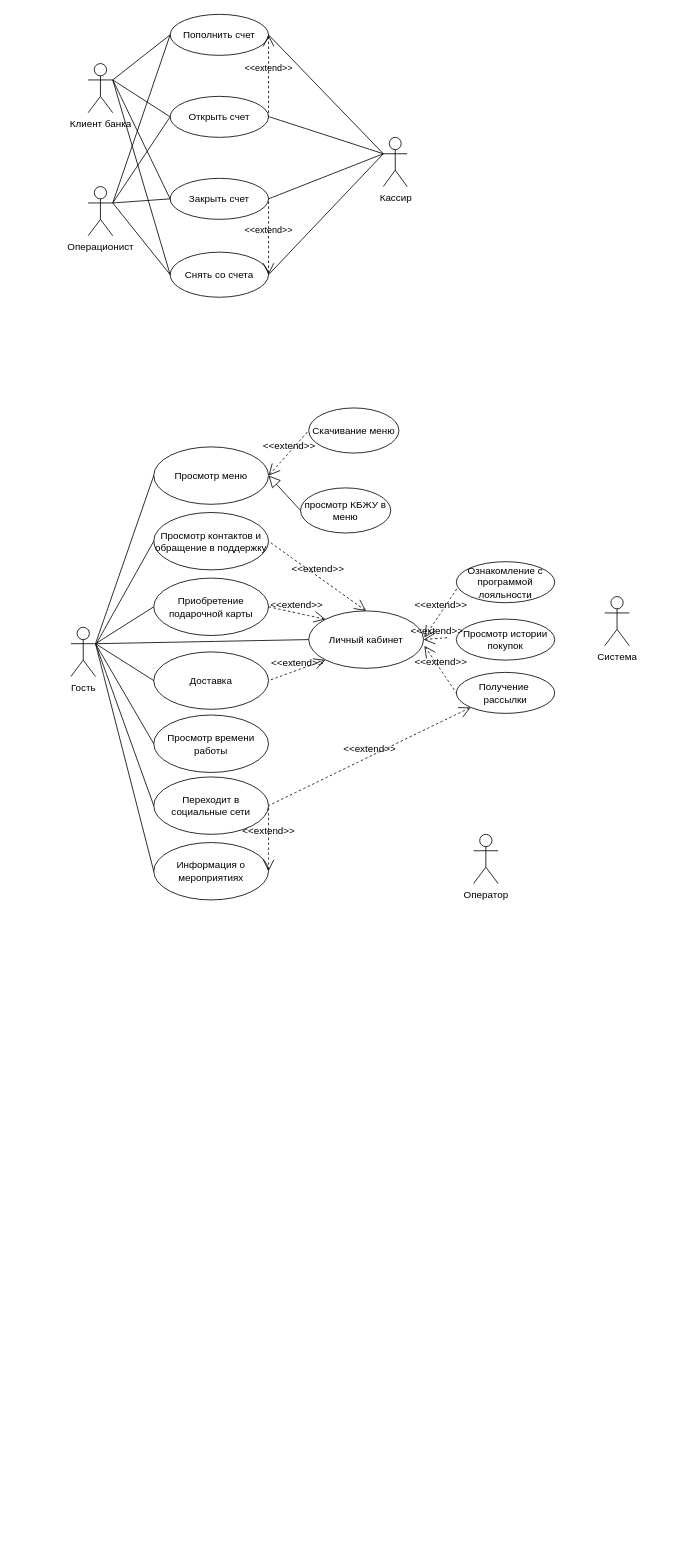
The draw.io diagram Диаграмма без названия.drawio in danaddi/draw.io, before the edit. Source tidied: cells renumbered, new cells numbered last; positions are measured from the earlier drawing's top-left corner, leaving out a move shared by most shapes. Both pictures are drawn from the tidied source at 82%, with x=0, y=0 at pixel (71, 14).
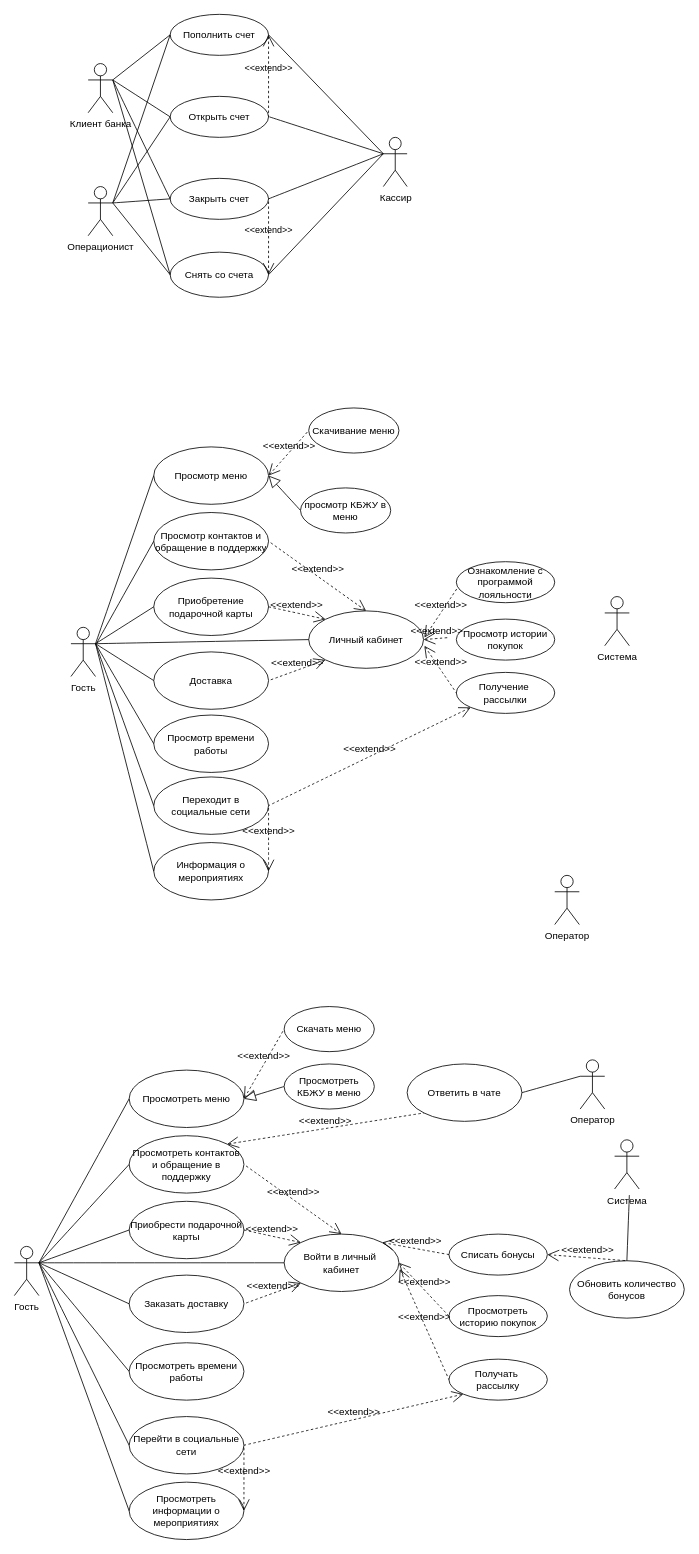
The same diagram, later.

The edit, as a diff of the source:
```diff
@@
     <mxCell id="57" value="Оператор" style="shape=umlActor;html=1;verticalLabelPosition=bottom;verticalAlign=top;align=center;" parent="1" vertex="1">
-      <mxGeometry x="491" y="1000" width="30" height="60" as="geometry" />
+      <mxGeometry x="590" y="1050" width="30" height="60" as="geometry" />
     </mxCell>
+    <mxCell id="58" value="Гость" style="shape=umlActor;html=1;verticalLabelPosition=bottom;verticalAlign=top;align=center;" parent="1" vertex="1">
+      <mxGeometry x="-69" y="1502.5" width="30" height="60" as="geometry" />
+    </mxCell>
+    <mxCell id="59" value="Войти в личный&amp;nbsp;&lt;div&gt;кабинет&lt;/div&gt;" style="ellipse;whiteSpace=wrap;html=1;" parent="1" vertex="1">
+      <mxGeometry x="260" y="1487.5" width="140" height="70" as="geometry" />
+    </mxCell>
+    <mxCell id="60" style="edgeStyle=none;html=1;endArrow=none;verticalAlign=bottom;rounded=0;fontSize=12;startSize=8;endSize=8;curved=1;exitX=1;exitY=0.3333333333333333;exitDx=0;exitDy=0;exitPerimeter=0;entryX=0;entryY=0.5;entryDx=0;entryDy=0;" parent="1" edge="1" source="58" target="59">
+      <mxGeometry relative="1" as="geometry" />
+    </mxCell>
+    <mxCell id="61" value="Заказать доставку" style="ellipse;whiteSpace=wrap;html=1;" parent="1" vertex="1">
+      <mxGeometry x="71" y="1537.5" width="140" height="70" as="geometry" />
+    </mxCell>
+    <mxCell id="62" style="edgeStyle=none;html=1;endArrow=none;verticalAlign=bottom;rounded=0;fontSize=12;startSize=8;endSize=8;curved=1;exitX=1;exitY=0.3333333333333333;exitDx=0;exitDy=0;exitPerimeter=0;entryX=0;entryY=0.5;entryDx=0;entryDy=0;" parent="1" edge="1" source="58" target="61">
+      <mxGeometry relative="1" as="geometry" />
+    </mxCell>
+    <mxCell id="63" value="Просмотреть историю покупок" style="ellipse;whiteSpace=wrap;html=1;" parent="1" vertex="1">
+      <mxGeometry x="461" y="1562.5" width="120" height="50" as="geometry" />
+    </mxCell>
+    <mxCell id="64" value="Получать&amp;nbsp;&lt;div&gt;рассылку&lt;/div&gt;" style="ellipse;whiteSpace=wrap;html=1;" parent="1" vertex="1">
+      <mxGeometry x="461" y="1640" width="120" height="50" as="geometry" />
+    </mxCell>
+    <mxCell id="65" value="Приобрести подарочной карты" style="ellipse;whiteSpace=wrap;html=1;" parent="1" vertex="1">
+      <mxGeometry x="71" y="1447.5" width="140" height="70" as="geometry" />
+    </mxCell>
+    <mxCell id="66" style="edgeStyle=none;html=1;endArrow=none;verticalAlign=bottom;rounded=0;fontSize=12;startSize=8;endSize=8;curved=1;exitX=1;exitY=0.3333333333333333;exitDx=0;exitDy=0;exitPerimeter=0;entryX=0;entryY=0.5;entryDx=0;entryDy=0;" parent="1" edge="1" source="58" target="65">
+      <mxGeometry relative="1" as="geometry" />
+    </mxCell>
+    <mxCell id="67" value="&amp;lt;&amp;lt;extend&amp;gt;&amp;gt;" style="edgeStyle=none;html=1;startArrow=open;endArrow=none;startSize=12;verticalAlign=bottom;dashed=1;labelBackgroundColor=none;rounded=0;fontSize=12;curved=1;exitX=0;exitY=1;exitDx=0;exitDy=0;entryX=1;entryY=0.5;entryDx=0;entryDy=0;" parent="1" edge="1" source="59" target="61">
+      <mxGeometry relative="1" as="geometry" />
+    </mxCell>
+    <mxCell id="68" value="Просмотреть меню" style="ellipse;whiteSpace=wrap;html=1;" parent="1" vertex="1">
+      <mxGeometry x="71" y="1287.5" width="140" height="70" as="geometry" />
+    </mxCell>
+    <mxCell id="69" value="&amp;lt;&amp;lt;extend&amp;gt;&amp;gt;" style="edgeStyle=none;html=1;startArrow=open;endArrow=none;startSize=12;verticalAlign=bottom;dashed=1;labelBackgroundColor=none;rounded=0;fontSize=12;curved=1;entryX=1;entryY=0.5;entryDx=0;entryDy=0;exitX=0;exitY=0;exitDx=0;exitDy=0;" parent="1" edge="1" source="59" target="65">
+      <mxGeometry relative="1" as="geometry" />
+    </mxCell>
+    <mxCell id="70" style="edgeStyle=none;html=1;endArrow=none;verticalAlign=bottom;rounded=0;fontSize=12;startSize=8;endSize=8;curved=1;exitX=1;exitY=0.3333333333333333;exitDx=0;exitDy=0;exitPerimeter=0;entryX=0;entryY=0.5;entryDx=0;entryDy=0;" parent="1" edge="1" source="58" target="68">
+      <mxGeometry relative="1" as="geometry" />
+    </mxCell>
+    <mxCell id="71" style="edgeStyle=none;html=1;endArrow=block;endFill=0;endSize=12;verticalAlign=bottom;rounded=0;fontSize=12;curved=1;exitX=0;exitY=0.5;exitDx=0;exitDy=0;entryX=1;entryY=0.5;entryDx=0;entryDy=0;" parent="1" edge="1" source="73" target="68">
+      <mxGeometry relative="1" as="geometry" />
+    </mxCell>
+    <mxCell id="72" value="Скачать меню" style="ellipse;whiteSpace=wrap;html=1;" parent="1" vertex="1">
+      <mxGeometry x="260" y="1210" width="110" height="55" as="geometry" />
+    </mxCell>
+    <mxCell id="73" value="Просмотреть КБЖУ в меню" style="ellipse;whiteSpace=wrap;html=1;" parent="1" vertex="1">
+      <mxGeometry x="260" y="1280" width="110" height="55" as="geometry" />
+    </mxCell>
+    <mxCell id="74" value="Просмотреть контактов и обращение в поддержку" style="ellipse;whiteSpace=wrap;html=1;" parent="1" vertex="1">
+      <mxGeometry x="71" y="1367.5" width="140" height="70" as="geometry" />
+    </mxCell>
+    <mxCell id="75" value="&amp;lt;&amp;lt;extend&amp;gt;&amp;gt;" style="edgeStyle=none;html=1;startArrow=open;endArrow=none;startSize=12;verticalAlign=bottom;dashed=1;labelBackgroundColor=none;rounded=0;fontSize=12;curved=1;entryX=1;entryY=0.5;entryDx=0;entryDy=0;exitX=0.5;exitY=0;exitDx=0;exitDy=0;" parent="1" edge="1" source="59" target="74">
+      <mxGeometry relative="1" as="geometry" />
+    </mxCell>
+    <mxCell id="76" value="Просмотреть времени работы" style="ellipse;whiteSpace=wrap;html=1;" parent="1" vertex="1">
+      <mxGeometry x="71" y="1620" width="140" height="70" as="geometry" />
+    </mxCell>
+    <mxCell id="77" style="edgeStyle=none;html=1;endArrow=none;verticalAlign=bottom;rounded=0;fontSize=12;startSize=8;endSize=8;curved=1;exitX=1;exitY=0.3333333333333333;exitDx=0;exitDy=0;exitPerimeter=0;entryX=0;entryY=0.5;entryDx=0;entryDy=0;" parent="1" edge="1" source="58" target="76">
+      <mxGeometry relative="1" as="geometry" />
+    </mxCell>
+    <mxCell id="78" value="Перейти в социальные сети" style="ellipse;whiteSpace=wrap;html=1;" parent="1" vertex="1">
+      <mxGeometry x="71" y="1710" width="140" height="70" as="geometry" />
+    </mxCell>
+    <mxCell id="79" value="Просмотреть информации о мероприятиях" style="ellipse;whiteSpace=wrap;html=1;" parent="1" vertex="1">
+      <mxGeometry x="71" y="1790" width="140" height="70" as="geometry" />
+    </mxCell>
+    <mxCell id="80" value="&amp;lt;&amp;lt;extend&amp;gt;&amp;gt;" style="edgeStyle=none;html=1;startArrow=open;endArrow=none;startSize=12;verticalAlign=bottom;dashed=1;labelBackgroundColor=none;rounded=0;fontSize=12;curved=1;exitX=1;exitY=0.5;exitDx=0;exitDy=0;entryX=1;entryY=0.5;entryDx=0;entryDy=0;" parent="1" edge="1" source="79" target="78">
+      <mxGeometry relative="1" as="geometry" />
+    </mxCell>
+    <mxCell id="81" style="edgeStyle=none;html=1;endArrow=none;verticalAlign=bottom;rounded=0;fontSize=12;startSize=8;endSize=8;curved=1;exitX=1;exitY=0.3333333333333333;exitDx=0;exitDy=0;exitPerimeter=0;entryX=0;entryY=0.5;entryDx=0;entryDy=0;" parent="1" edge="1" source="58" target="78">
+      <mxGeometry relative="1" as="geometry" />
+    </mxCell>
+    <mxCell id="82" style="edgeStyle=none;html=1;endArrow=none;verticalAlign=bottom;rounded=0;fontSize=12;startSize=8;endSize=8;curved=1;exitX=1;exitY=0.3333333333333333;exitDx=0;exitDy=0;exitPerimeter=0;entryX=0;entryY=0.5;entryDx=0;entryDy=0;" parent="1" edge="1" source="58" target="79">
+      <mxGeometry relative="1" as="geometry" />
+    </mxCell>
+    <mxCell id="83" value="&amp;lt;&amp;lt;extend&amp;gt;&amp;gt;" style="edgeStyle=none;html=1;startArrow=open;endArrow=none;startSize=12;verticalAlign=bottom;dashed=1;labelBackgroundColor=none;rounded=0;fontSize=12;curved=1;entryX=1;entryY=0.5;entryDx=0;entryDy=0;exitX=0;exitY=1;exitDx=0;exitDy=0;" parent="1" edge="1" source="64" target="78">
+      <mxGeometry relative="1" as="geometry" />
+    </mxCell>
+    <mxCell id="84" value="&amp;lt;&amp;lt;extend&amp;gt;&amp;gt;" style="edgeStyle=none;html=1;startArrow=open;endArrow=none;startSize=12;verticalAlign=bottom;dashed=1;labelBackgroundColor=none;rounded=0;fontSize=12;curved=1;entryX=0;entryY=0.5;entryDx=0;entryDy=0;exitX=1;exitY=0.5;exitDx=0;exitDy=0;" parent="1" edge="1" source="68" target="72">
+      <mxGeometry relative="1" as="geometry" />
+    </mxCell>
+    <mxCell id="85" value="&amp;lt;&amp;lt;extend&amp;gt;&amp;gt;" style="edgeStyle=none;html=1;startArrow=open;endArrow=none;startSize=12;verticalAlign=bottom;dashed=1;labelBackgroundColor=none;rounded=0;fontSize=12;curved=1;exitX=1;exitY=0.5;exitDx=0;exitDy=0;entryX=0;entryY=0.5;entryDx=0;entryDy=0;" parent="1" edge="1" source="59" target="63">
+      <mxGeometry relative="1" as="geometry" />
+    </mxCell>
+    <mxCell id="86" value="&amp;lt;&amp;lt;extend&amp;gt;&amp;gt;" style="edgeStyle=none;html=1;startArrow=open;endArrow=none;startSize=12;verticalAlign=bottom;dashed=1;labelBackgroundColor=none;rounded=0;fontSize=12;curved=1;entryX=0;entryY=0.5;entryDx=0;entryDy=0;" parent="1" edge="1" target="64">
+      <mxGeometry relative="1" as="geometry">
+        <mxPoint x="401" y="1530" as="sourcePoint" />
+      </mxGeometry>
+    </mxCell>
+    <mxCell id="87" value="Система" style="shape=umlActor;html=1;verticalLabelPosition=bottom;verticalAlign=top;align=center;" parent="1" vertex="1">
+      <mxGeometry x="663" y="1372.5" width="30" height="60" as="geometry" />
+    </mxCell>
+    <mxCell id="88" value="Оператор" style="shape=umlActor;html=1;verticalLabelPosition=bottom;verticalAlign=top;align=center;" parent="1" vertex="1">
+      <mxGeometry x="621" y="1275" width="30" height="60" as="geometry" />
+    </mxCell>
+    <mxCell id="89" style="edgeStyle=none;html=1;endArrow=none;verticalAlign=bottom;rounded=0;fontSize=12;startSize=8;endSize=8;curved=1;exitX=1;exitY=0.3333333333333333;exitDx=0;exitDy=0;exitPerimeter=0;entryX=0;entryY=0.5;entryDx=0;entryDy=0;" parent="1" edge="1" source="58" target="74">
+      <mxGeometry relative="1" as="geometry" />
+    </mxCell>
+    <mxCell id="90" value="Ответить в чате" style="ellipse;whiteSpace=wrap;html=1;" parent="1" vertex="1">
+      <mxGeometry x="410" y="1280" width="140" height="70" as="geometry" />
+    </mxCell>
+    <mxCell id="91" style="edgeStyle=none;html=1;endArrow=none;verticalAlign=bottom;rounded=0;fontSize=12;startSize=8;endSize=8;curved=1;exitX=1;exitY=0.5;exitDx=0;exitDy=0;entryX=0;entryY=0.3333333333333333;entryDx=0;entryDy=0;entryPerimeter=0;" parent="1" edge="1" source="90" target="88">
+      <mxGeometry relative="1" as="geometry" />
+    </mxCell>
+    <mxCell id="92" value="Списать бонусы" style="ellipse;whiteSpace=wrap;html=1;" parent="1" vertex="1">
+      <mxGeometry x="461" y="1487.5" width="120" height="50" as="geometry" />
+    </mxCell>
+    <mxCell id="93" value="&amp;lt;&amp;lt;extend&amp;gt;&amp;gt;" style="edgeStyle=none;html=1;startArrow=open;endArrow=none;startSize=12;verticalAlign=bottom;dashed=1;labelBackgroundColor=none;rounded=0;fontSize=12;curved=1;entryX=0;entryY=0.5;entryDx=0;entryDy=0;exitX=1;exitY=0;exitDx=0;exitDy=0;" parent="1" edge="1" source="59" target="92">
+      <mxGeometry relative="1" as="geometry" />
+    </mxCell>
+    <mxCell id="94" value="Обновить количество бонусов" style="ellipse;whiteSpace=wrap;html=1;" parent="1" vertex="1">
+      <mxGeometry x="608" y="1520" width="140" height="70" as="geometry" />
+    </mxCell>
+    <mxCell id="95" style="edgeStyle=none;html=1;endArrow=none;verticalAlign=bottom;rounded=0;fontSize=12;startSize=8;endSize=8;curved=1;entryX=0.5;entryY=0;entryDx=0;entryDy=0;" parent="1" edge="1" target="94">
+      <mxGeometry relative="1" as="geometry">
+        <mxPoint x="681" y="1440" as="sourcePoint" />
+      </mxGeometry>
+    </mxCell>
+    <mxCell id="96" value="&amp;lt;&amp;lt;extend&amp;gt;&amp;gt;" style="edgeStyle=none;html=1;startArrow=open;endArrow=none;startSize=12;verticalAlign=bottom;dashed=1;labelBackgroundColor=none;rounded=0;fontSize=12;curved=1;entryX=0;entryY=1;entryDx=0;entryDy=0;exitX=1;exitY=0;exitDx=0;exitDy=0;" parent="1" edge="1" source="74" target="90">
+      <mxGeometry relative="1" as="geometry" />
+    </mxCell>
+    <mxCell id="97" value="&amp;lt;&amp;lt;extend&amp;gt;&amp;gt;" style="edgeStyle=none;html=1;startArrow=open;endArrow=none;startSize=12;verticalAlign=bottom;dashed=1;labelBackgroundColor=none;rounded=0;fontSize=12;curved=1;entryX=0.5;entryY=0;entryDx=0;entryDy=0;exitX=1;exitY=0.5;exitDx=0;exitDy=0;" parent="1" edge="1" source="92" target="94">
+      <mxGeometry relative="1" as="geometry" />
+    </mxCell>
```
